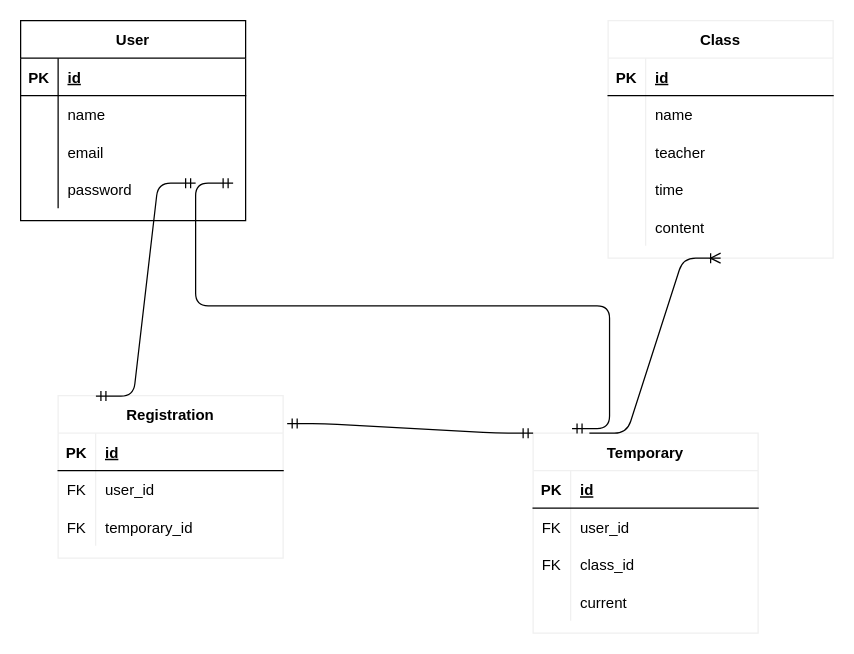
Earlier version of the draw.io diagram er.dio (ka-zu-ki/univ-app). Source tidied: cells renumbered, new cells numbered last; positions are measured from the earlier drawing's top-left corner, leaving out a move shared by most shapes. Both pictures are drawn from the tidied source at 125%, with x=0, y=0 at pixel (20, 20).
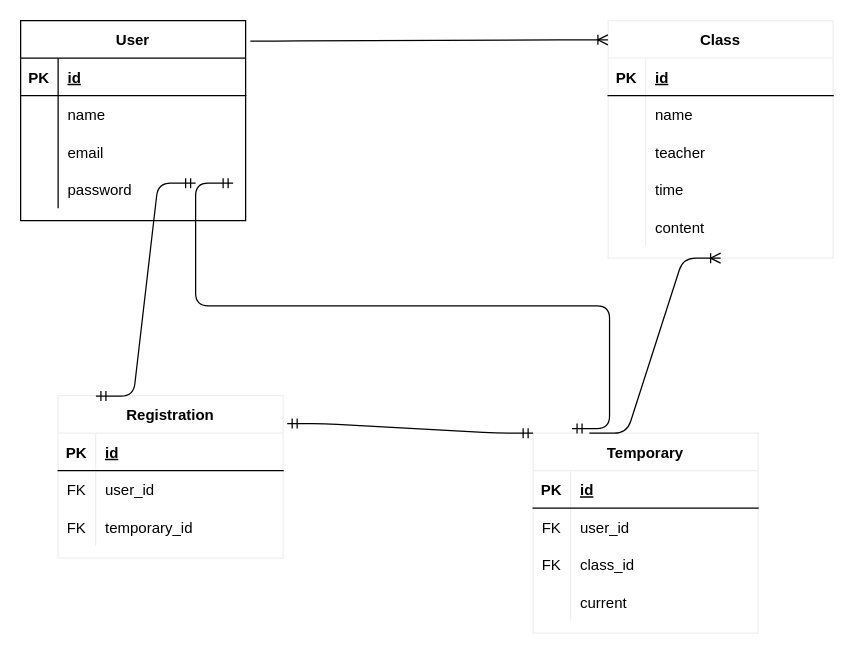
Above is the later version.

Unchanged cells that the change refers to:
```xml
<mxCell id="2" value="User" style="shape=table;startSize=30;childLayout=tableLayout;rowLines=0;fontStyle=1;align=center;" parent="1" vertex="1">
  <mxGeometry width="180" height="160" as="geometry" />
</mxCell>
<mxCell id="15" value="Class" style="shape=table;startSize=30;childLayout=tableLayout;rowLines=0;fontStyle=1;align=center;strokeColor=#f0f0f0;strokeWidth=1;" parent="1" vertex="1">
  <mxGeometry x="470" width="180" height="190" as="geometry" />
</mxCell>
```

Change to the diagram source:
```diff
@@
+    <mxCell id="58" style="edgeStyle=entityRelationEdgeStyle;fontSize=12;html=1;endArrow=ERoneToMany;entryX=-0.001;entryY=0.081;entryDx=0;entryDy=0;entryPerimeter=0;exitX=1.021;exitY=0.102;exitDx=0;exitDy=0;exitPerimeter=0;" parent="1" edge="1" source="2" target="15">
+      <mxGeometry relative="1" as="geometry" />
+    </mxCell>
```
